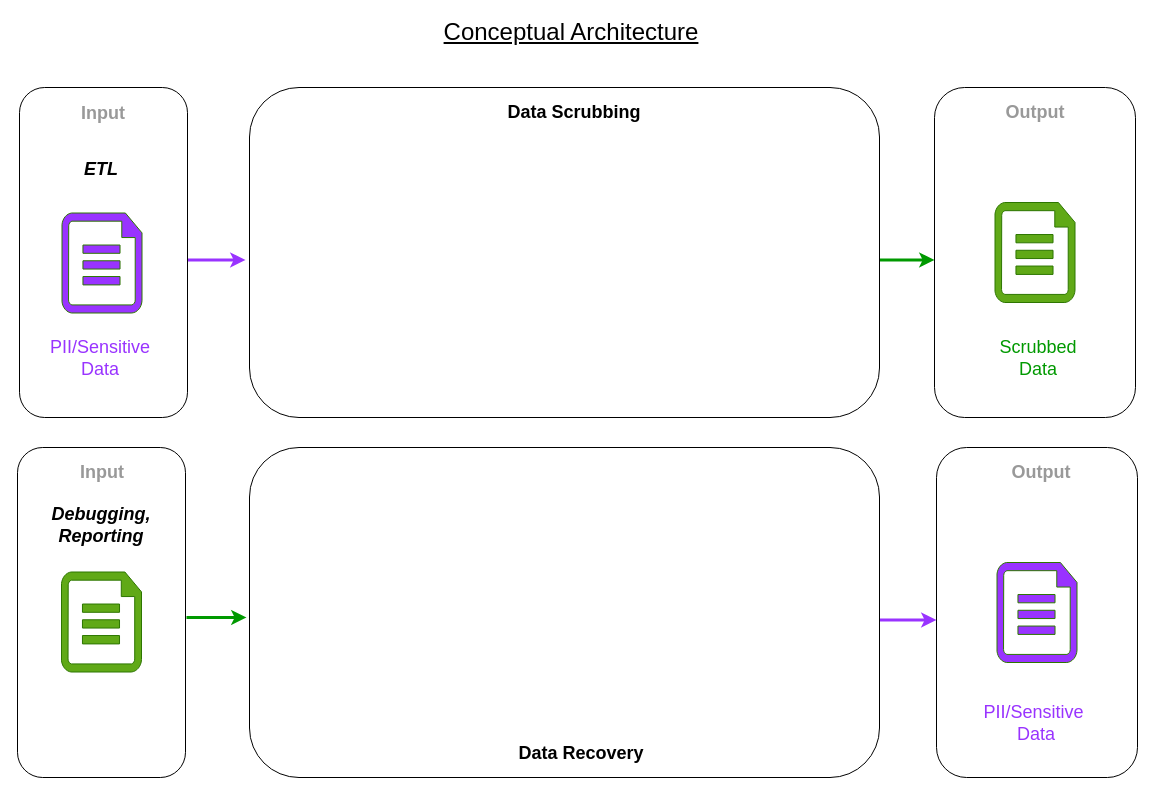
This is page "Concept. Arch." (5 of 6) of AB2 - 2022-12-04-v1.drawio from fotoby/ab3, a draw.io file, before an edit. Source tidied: cells renumbered, new cells numbered last; positions are measured from the earlier drawing's top-left corner, leaving out a move shared by most shapes. Both pictures are drawn from the tidied source at 100%, with x=0, y=0 at pixel (17, 17).
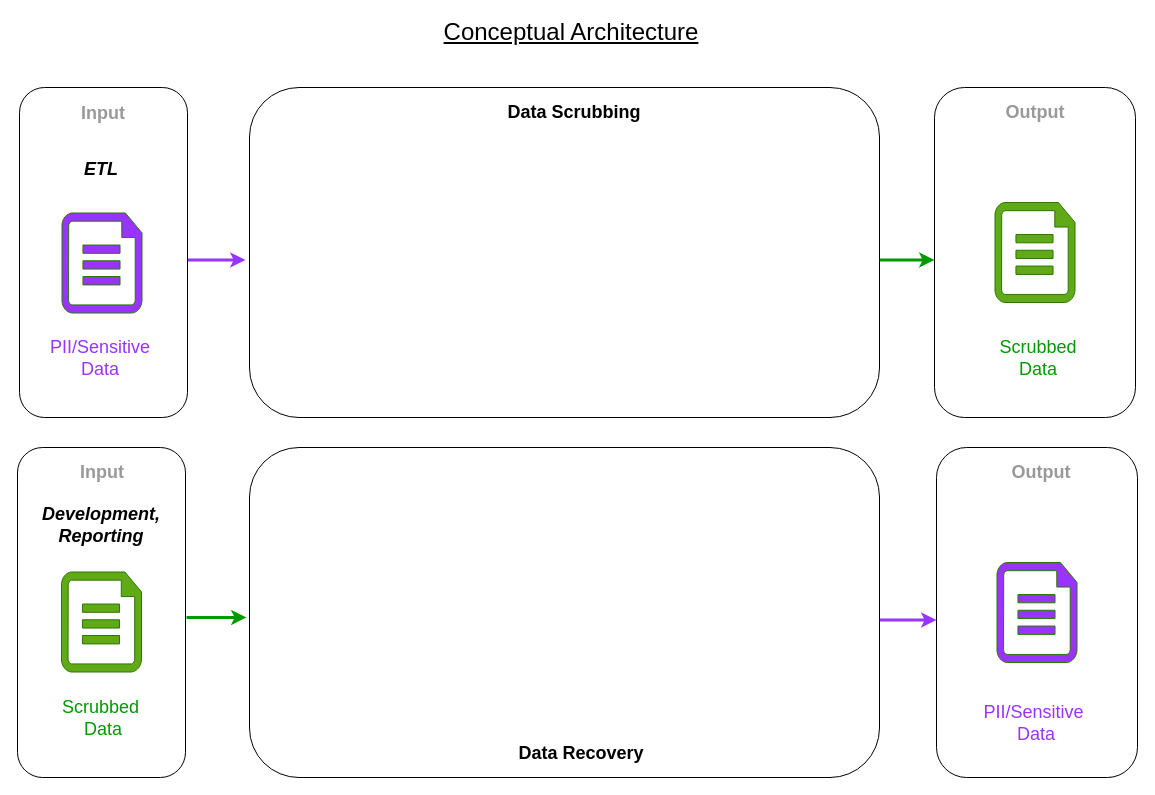
The same page after the edit.

Unchanged cells that the change refers to:
```xml
<mxCell id="17" style="group;" parent="1" vertex="1">
  <mxGeometry x="9" y="431" width="157" height="255" as="geometry" />
</mxCell>
```

Change to the diagram source:
```diff
@@
-    <mxCell id="18" value="&lt;b&gt;&lt;i&gt;Debugging,&lt;br&gt;Reporting&lt;br&gt;&lt;/i&gt;&lt;/b&gt;" style="text;html=1;strokeColor=none;fillColor=none;align=center;verticalAlign=middle;whiteSpace=wrap;rounded=0;shadow=0;labelBorderColor=none;fontSize=18;fontColor=#000000;" parent="17" vertex="1">
+    <mxCell id="18" value="&lt;b&gt;&lt;i&gt;Development,&lt;br&gt;Reporting&lt;br&gt;&lt;/i&gt;&lt;/b&gt;" style="text;html=1;strokeColor=none;fillColor=none;align=center;verticalAlign=middle;whiteSpace=wrap;rounded=0;shadow=0;labelBorderColor=none;fontSize=18;fontColor=#000000;" parent="17" vertex="1">
       <mxGeometry y="62" width="150" height="30" as="geometry" />
     </mxCell>
@@
+    <mxCell id="30" value="&lt;font style=&quot;font-size: 18px;&quot; color=&quot;#009900&quot;&gt;Scrubbed&amp;nbsp;&lt;br&gt;Data&lt;br&gt;&lt;/font&gt;" style="text;html=1;strokeColor=none;fillColor=none;align=center;verticalAlign=middle;whiteSpace=wrap;rounded=0;shadow=0;labelBorderColor=none;fontSize=18;fontColor=#000000;" parent="1" vertex="1">
+      <mxGeometry x="6" y="661" width="160" height="79.1" as="geometry" />
+    </mxCell>
```
